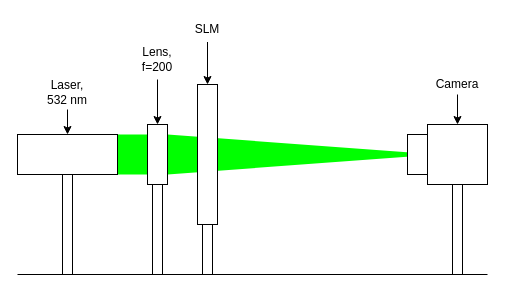
The draw.io diagram documentation/images/setup_1.drawio in nbaehler/mask-designer, before the edit. Source tidied: cells renumbered, new cells numbered last; positions are measured from the earlier drawing's top-left corner, leaving out a move shared by most shapes. Both pictures are drawn from the tidied source at 100%, with x=0, y=0 at pixel (17, 16).
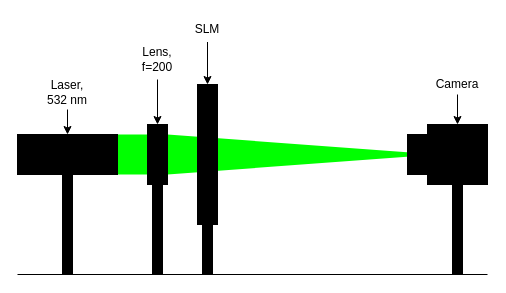
After the change.

Diff of the diagram source:
```diff
@@
-    <mxCell id="5" style="rounded=0;whiteSpace=wrap;html=1;fillColor=default;" parent="1" vertex="1">
+    <mxCell id="5" style="rounded=0;whiteSpace=wrap;html=1;fillColor=#000000;" parent="1" vertex="1">
       <mxGeometry x="45" y="158" width="10" height="100" as="geometry" />
     </mxCell>
-    <mxCell id="6" style="rounded=0;whiteSpace=wrap;html=1;fillColor=default;" parent="1" vertex="1">
+    <mxCell id="6" style="rounded=0;whiteSpace=wrap;html=1;fillColor=#000000;" parent="1" vertex="1">
       <mxGeometry x="185" y="208" width="10" height="50" as="geometry" />
     </mxCell>
-    <mxCell id="7" style="rounded=0;whiteSpace=wrap;html=1;fillColor=default;" parent="1" vertex="1">
+    <mxCell id="7" style="rounded=0;whiteSpace=wrap;html=1;fillColor=#000000;" parent="1" vertex="1">
       <mxGeometry x="435" y="168" width="10" height="90" as="geometry" />
     </mxCell>
-    <mxCell id="8" style="rounded=0;whiteSpace=wrap;html=1;fillColor=default;" parent="1" vertex="1">
+    <mxCell id="8" style="rounded=0;whiteSpace=wrap;html=1;fillColor=#000000;" parent="1" vertex="1">
       <mxGeometry x="135" y="168" width="10" height="90" as="geometry" />
     </mxCell>
@@
-    <mxCell id="15" style="rounded=0;whiteSpace=wrap;html=1;fillColor=default;" parent="1" vertex="1">
+    <mxCell id="15" style="rounded=0;whiteSpace=wrap;html=1;fillColor=#000000;" parent="1" vertex="1">
       <mxGeometry x="180" y="68" width="20" height="140" as="geometry" />
     </mxCell>
-    <mxCell id="16" style="rounded=0;whiteSpace=wrap;html=1;fillColor=default;" parent="1" vertex="1">
+    <mxCell id="16" style="rounded=0;whiteSpace=wrap;html=1;fillColor=#000000;" parent="1" vertex="1">
       <mxGeometry x="130" y="108" width="20" height="60" as="geometry" />
     </mxCell>
-    <mxCell id="17" style="rounded=0;whiteSpace=wrap;html=1;fillColor=default;" parent="1" vertex="1">
+    <mxCell id="17" style="rounded=0;whiteSpace=wrap;html=1;fillColor=#000000;" parent="1" vertex="1">
       <mxGeometry x="390" y="118" width="20" height="40" as="geometry" />
     </mxCell>
-    <mxCell id="18" style="rounded=0;whiteSpace=wrap;html=1;fillColor=default;" parent="1" vertex="1">
+    <mxCell id="18" style="rounded=0;whiteSpace=wrap;html=1;fillColor=#000000;" parent="1" vertex="1">
       <mxGeometry x="410" y="108" width="60" height="60" as="geometry" />
     </mxCell>
-    <mxCell id="19" style="rounded=0;whiteSpace=wrap;html=1;fillColor=default;" parent="1" vertex="1">
+    <mxCell id="19" style="rounded=0;whiteSpace=wrap;html=1;fillColor=#000000;" parent="1" vertex="1">
       <mxGeometry y="118" width="100" height="40" as="geometry" />
     </mxCell>
```
